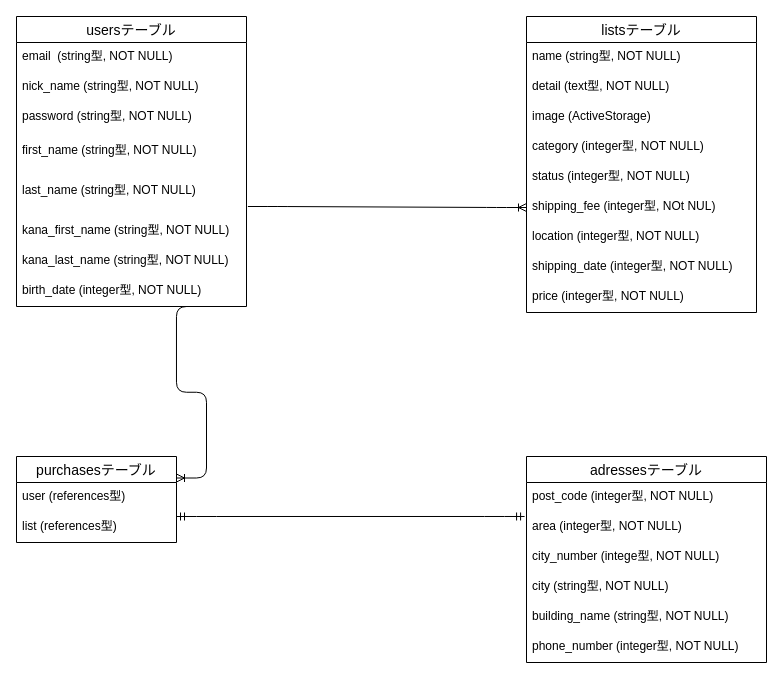
Before: furima.dio in higashi-yuichirou/furima-33351, a draw.io diagram. Source tidied: cells renumbered, new cells numbered last; positions are measured from the earlier drawing's top-left corner, leaving out a move shared by most shapes. Both pictures are drawn from the tidied source at 100%, with x=0, y=0 at pixel (16, 16).
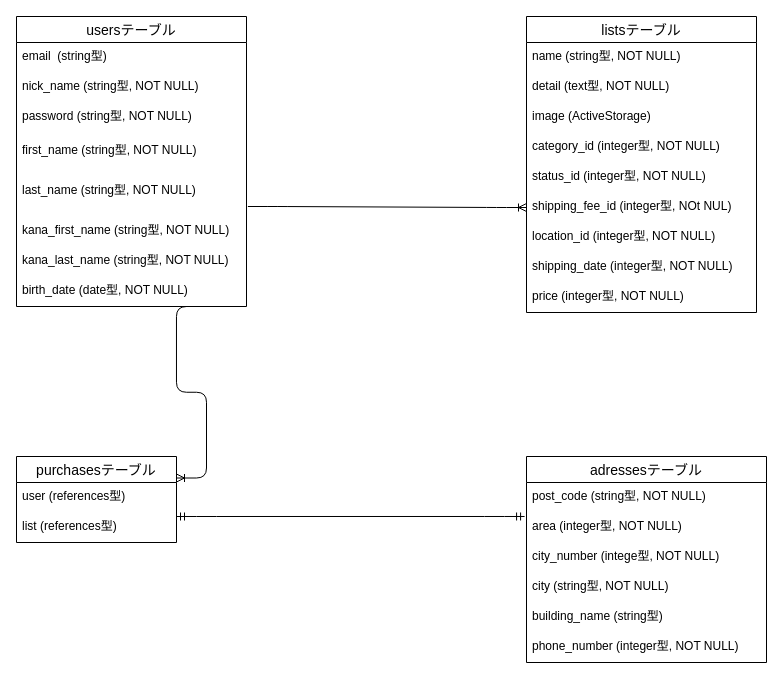
The same diagram, later.

Commit message (it also covers changes not shown here):
ER図とREADMEの修正

Unchanged cells that the change refers to:
```xml
<mxCell id="2" value="usersテーブル" style="swimlane;fontStyle=0;horizontal=1;startSize=26;align=center;fontSize=14;" parent="1" vertex="1">
  <mxGeometry width="230" height="290" as="geometry" />
</mxCell>
<mxCell id="11" value="listsテーブル" style="swimlane;fontStyle=0;horizontal=1;startSize=26;align=center;fontSize=14;" parent="1" vertex="1">
  <mxGeometry x="510" width="230" height="296" as="geometry" />
</mxCell>
<mxCell id="22" value="adressesテーブル" style="swimlane;fontStyle=0;horizontal=1;startSize=26;align=center;fontSize=14;" parent="1" vertex="1">
  <mxGeometry x="510" y="440" width="240" height="206" as="geometry" />
</mxCell>
```

Diff of the diagram source:
```diff
@@
-    <mxCell id="3" value="email  (string型, NOT NULL)" style="text;strokeColor=none;fillColor=none;spacingLeft=4;spacingRight=4;overflow=hidden;fontSize=12;" parent="2" vertex="1">
+    <mxCell id="3" value="email  (string型)" style="text;strokeColor=none;fillColor=none;spacingLeft=4;spacingRight=4;overflow=hidden;fontSize=12;" parent="2" vertex="1">
       <mxGeometry y="26" width="230" height="30" as="geometry" />
     </mxCell>
@@
-    <mxCell id="10" value="birth_date (integer型, NOT NULL)" style="text;strokeColor=none;fillColor=none;spacingLeft=4;spacingRight=4;overflow=hidden;points=[[0,0.5],[1,0.5]];portConstraint=eastwest;fontSize=12;" parent="2" vertex="1">
+    <mxCell id="10" value="birth_date (date型, NOT NULL)" style="text;strokeColor=none;fillColor=none;spacingLeft=4;spacingRight=4;overflow=hidden;points=[[0,0.5],[1,0.5]];portConstraint=eastwest;fontSize=12;" parent="2" vertex="1">
       <mxGeometry y="260" width="230" height="30" as="geometry" />
     </mxCell>
@@
-    <mxCell id="15" value="category (integer型, NOT NULL)" style="text;strokeColor=none;fillColor=none;spacingLeft=4;spacingRight=4;overflow=hidden;fontSize=12;" parent="11" vertex="1">
+    <mxCell id="15" value="category_id (integer型, NOT NULL)" style="text;strokeColor=none;fillColor=none;spacingLeft=4;spacingRight=4;overflow=hidden;fontSize=12;" parent="11" vertex="1">
       <mxGeometry y="116" width="230" height="30" as="geometry" />
     </mxCell>
-    <mxCell id="16" value="status (integer型, NOT NULL)" style="text;strokeColor=none;fillColor=none;spacingLeft=4;spacingRight=4;overflow=hidden;fontSize=12;" parent="11" vertex="1">
+    <mxCell id="16" value="status_id (integer型, NOT NULL)" style="text;strokeColor=none;fillColor=none;spacingLeft=4;spacingRight=4;overflow=hidden;fontSize=12;" parent="11" vertex="1">
       <mxGeometry y="146" width="230" height="30" as="geometry" />
     </mxCell>
-    <mxCell id="17" value="shipping_fee (integer型, NOt NUL)" style="text;strokeColor=none;fillColor=none;spacingLeft=4;spacingRight=4;overflow=hidden;points=[[0,0.5],[1,0.5]];portConstraint=eastwest;fontSize=12;" parent="11" vertex="1">
+    <mxCell id="17" value="shipping_fee_id (integer型, NOt NUL)" style="text;strokeColor=none;fillColor=none;spacingLeft=4;spacingRight=4;overflow=hidden;points=[[0,0.5],[1,0.5]];portConstraint=eastwest;fontSize=12;" parent="11" vertex="1">
       <mxGeometry y="176" width="230" height="30" as="geometry" />
     </mxCell>
-    <mxCell id="18" value="location (integer型, NOT NULL)" style="text;strokeColor=none;fillColor=none;spacingLeft=4;spacingRight=4;overflow=hidden;fontSize=12;" parent="11" vertex="1">
+    <mxCell id="18" value="location_id (integer型, NOT NULL)" style="text;strokeColor=none;fillColor=none;spacingLeft=4;spacingRight=4;overflow=hidden;fontSize=12;" parent="11" vertex="1">
       <mxGeometry y="206" width="230" height="30" as="geometry" />
     </mxCell>
@@
-    <mxCell id="23" value="post_code (integer型, NOT NULL)" style="text;strokeColor=none;fillColor=none;spacingLeft=4;spacingRight=4;overflow=hidden;fontSize=12;" parent="22" vertex="1">
+    <mxCell id="23" value="post_code (string型, NOT NULL)" style="text;strokeColor=none;fillColor=none;spacingLeft=4;spacingRight=4;overflow=hidden;fontSize=12;" parent="22" vertex="1">
       <mxGeometry y="26" width="240" height="30" as="geometry" />
     </mxCell>
@@
-    <mxCell id="27" value="building_name (string型, NOT NULL)" style="text;strokeColor=none;fillColor=none;spacingLeft=4;spacingRight=4;overflow=hidden;fontSize=12;" parent="22" vertex="1">
+    <mxCell id="27" value="building_name (string型)" style="text;strokeColor=none;fillColor=none;spacingLeft=4;spacingRight=4;overflow=hidden;fontSize=12;" parent="22" vertex="1">
       <mxGeometry y="146" width="240" height="30" as="geometry" />
     </mxCell>
```
